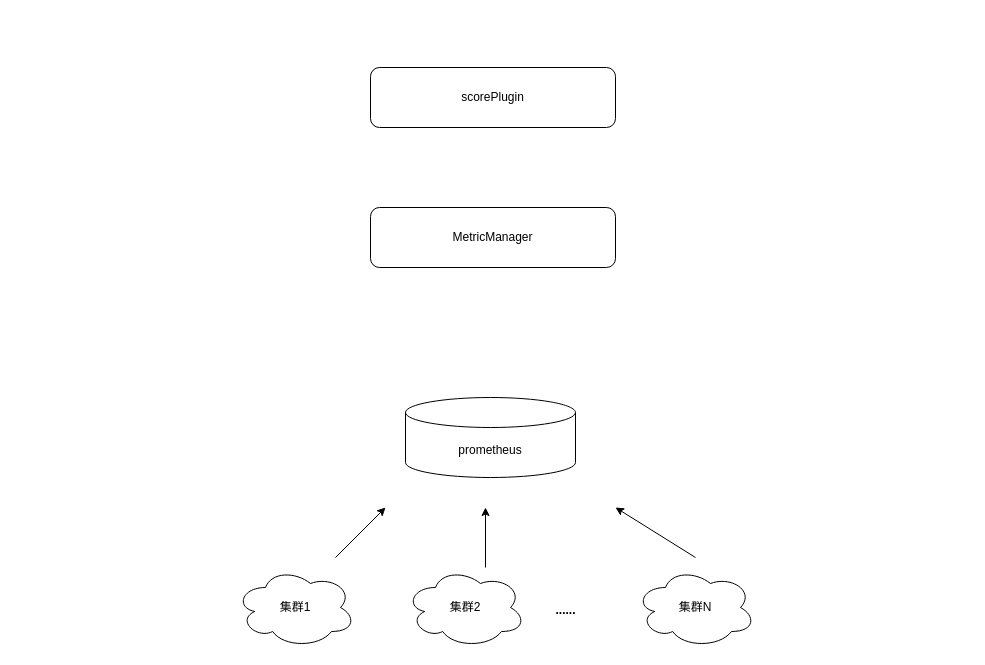
dcf1997/draw.io.repository keeps this draw.io diagram as 架构图.drawio. Above is the earlier version. Source tidied: cells renumbered, new cells numbered last; positions are measured from the earlier drawing's top-left corner, leaving out a move shared by most shapes. Both pictures are drawn from the tidied source at 100%, with x=0, y=0 at pixel (235, 67).
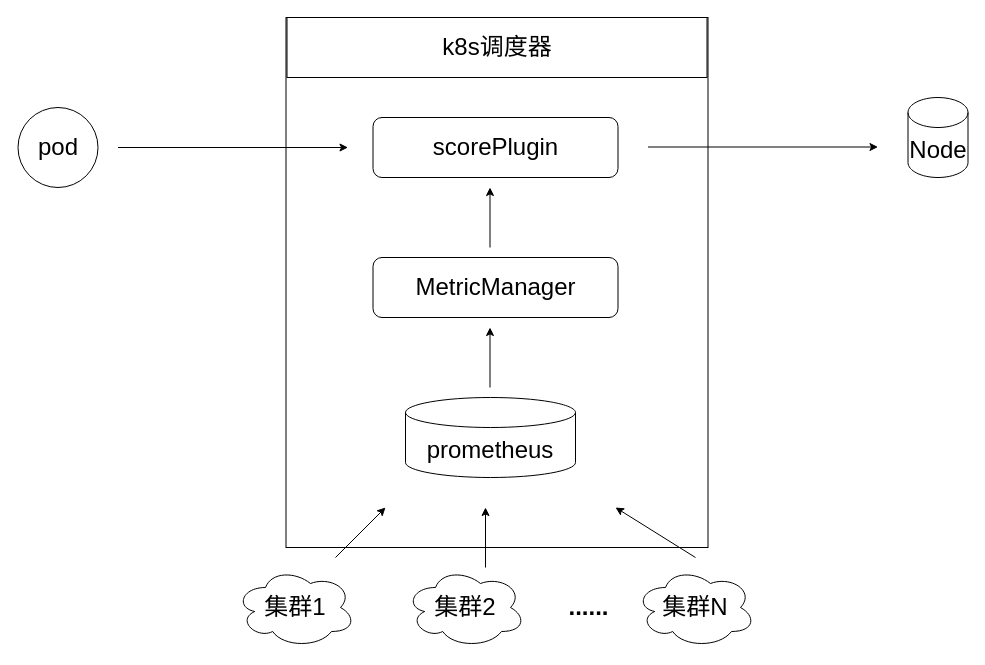
After the change.

Commit message (it also covers changes not shown here):
更新架构图.drawio

What changed in the source:
```diff
@@
+    <mxCell id="12" style="rounded=0;whiteSpace=wrap;html=1;" parent="1" vertex="1">
+      <mxGeometry x="50.5" y="-50" width="422" height="530" as="geometry" />
+    </mxCell>
-    <mxCell id="2" value="集群1" style="ellipse;shape=cloud;whiteSpace=wrap;html=1;" parent="1" vertex="1">
+    <mxCell id="2" value="&lt;font style=&quot;font-size: 24px;&quot;&gt;集群1&lt;/font&gt;" style="ellipse;shape=cloud;whiteSpace=wrap;html=1;" parent="1" vertex="1">
       <mxGeometry y="500" width="120" height="80" as="geometry" />
     </mxCell>
-    <mxCell id="3" value="集群2" style="ellipse;shape=cloud;whiteSpace=wrap;html=1;" parent="1" vertex="1">
+    <mxCell id="3" value="&lt;font style=&quot;font-size: 24px;&quot;&gt;集群2&lt;/font&gt;" style="ellipse;shape=cloud;whiteSpace=wrap;html=1;" parent="1" vertex="1">
       <mxGeometry x="170" y="500" width="120" height="80" as="geometry" />
     </mxCell>
-    <mxCell id="4" value="&lt;b&gt;......&lt;/b&gt;" style="text;html=1;align=center;verticalAlign=middle;strokeColor=none;fillColor=none;" parent="1" vertex="1">
-      <mxGeometry x="310" y="528" width="40" height="30" as="geometry" />
+    <mxCell id="4" value="&lt;b&gt;&lt;font style=&quot;font-size: 24px;&quot;&gt;......&lt;/font&gt;&lt;/b&gt;" style="text;html=1;align=center;verticalAlign=middle;strokeColor=none;fillColor=none;" parent="1" vertex="1">
+      <mxGeometry x="322.5" y="520" width="60" height="40" as="geometry" />
     </mxCell>
-    <mxCell id="5" value="集群N" style="ellipse;shape=cloud;whiteSpace=wrap;html=1;" parent="1" vertex="1">
+    <mxCell id="5" value="&lt;font style=&quot;font-size: 24px;&quot;&gt;集群N&lt;/font&gt;" style="ellipse;shape=cloud;whiteSpace=wrap;html=1;" parent="1" vertex="1">
       <mxGeometry x="400" y="500" width="120" height="80" as="geometry" />
     </mxCell>
-    <mxCell id="6" value="prometheus" style="shape=cylinder3;whiteSpace=wrap;html=1;boundedLbl=1;backgroundOutline=1;size=15;" parent="1" vertex="1">
+    <mxCell id="6" value="&lt;font style=&quot;font-size: 24px;&quot;&gt;prometheus&lt;/font&gt;" style="shape=cylinder3;whiteSpace=wrap;html=1;boundedLbl=1;backgroundOutline=1;size=15;" parent="1" vertex="1">
       <mxGeometry x="170" y="330" width="170" height="80" as="geometry" />
     </mxCell>
@@
-    <mxCell id="10" value="MetricManager" style="rounded=1;whiteSpace=wrap;html=1;" parent="1" vertex="1">
-      <mxGeometry x="135" y="140" width="245" height="60" as="geometry" />
+    <mxCell id="10" value="&lt;font style=&quot;font-size: 24px;&quot;&gt;MetricManager&lt;/font&gt;" style="rounded=1;whiteSpace=wrap;html=1;" parent="1" vertex="1">
+      <mxGeometry x="137.5" y="190" width="245" height="60" as="geometry" />
     </mxCell>
-    <mxCell id="11" value="scorePlugin" style="rounded=1;whiteSpace=wrap;html=1;" parent="1" vertex="1">
-      <mxGeometry x="135" width="245" height="60" as="geometry" />
+    <mxCell id="11" value="&lt;font style=&quot;font-size: 24px;&quot;&gt;scorePlugin&lt;/font&gt;" style="rounded=1;whiteSpace=wrap;html=1;" parent="1" vertex="1">
+      <mxGeometry x="137.5" y="50" width="245" height="60" as="geometry" />
     </mxCell>
+    <mxCell id="13" value="&lt;font style=&quot;font-size: 24px;&quot;&gt;pod&lt;/font&gt;" style="ellipse;whiteSpace=wrap;html=1;" parent="1" vertex="1">
+      <mxGeometry x="-217.5" y="40" width="80" height="80" as="geometry" />
+    </mxCell>
+    <mxCell id="14" style="endArrow=classic;html=1;rounded=0;" parent="1" edge="1">
+      <mxGeometry relative="1" as="geometry">
+        <mxPoint x="-117.5" y="80" as="sourcePoint" />
+        <mxPoint x="112.5" y="80" as="targetPoint" />
+      </mxGeometry>
+    </mxCell>
+    <mxCell id="15" value="&lt;font style=&quot;font-size: 24px;&quot;&gt;Node&lt;/font&gt;" style="shape=cylinder3;whiteSpace=wrap;html=1;boundedLbl=1;backgroundOutline=1;size=15;" parent="1" vertex="1">
+      <mxGeometry x="672.5" y="30" width="60" height="80" as="geometry" />
+    </mxCell>
+    <mxCell id="16" style="endArrow=classic;html=1;rounded=0;" parent="1" edge="1">
+      <mxGeometry relative="1" as="geometry">
+        <mxPoint x="412.5" y="79.5" as="sourcePoint" />
+        <mxPoint x="642.5" y="79.5" as="targetPoint" />
+      </mxGeometry>
+    </mxCell>
+    <mxCell id="17" style="endArrow=classic;html=1;rounded=0;" parent="1" edge="1">
+      <mxGeometry relative="1" as="geometry">
+        <mxPoint x="254.5" y="180" as="sourcePoint" />
+        <mxPoint x="254.5" y="120" as="targetPoint" />
+      </mxGeometry>
+    </mxCell>
+    <mxCell id="18" style="endArrow=classic;html=1;rounded=0;" parent="1" edge="1">
+      <mxGeometry relative="1" as="geometry">
+        <mxPoint x="254.5" y="320" as="sourcePoint" />
+        <mxPoint x="254.5" y="260" as="targetPoint" />
+      </mxGeometry>
+    </mxCell>
+    <mxCell id="19" value="&lt;font style=&quot;font-size: 24px;&quot;&gt;k8s调度器&lt;/font&gt;" style="rounded=0;whiteSpace=wrap;html=1;" parent="1" vertex="1">
+      <mxGeometry x="51.5" y="-50" width="420" height="60" as="geometry" />
+    </mxCell>
```
